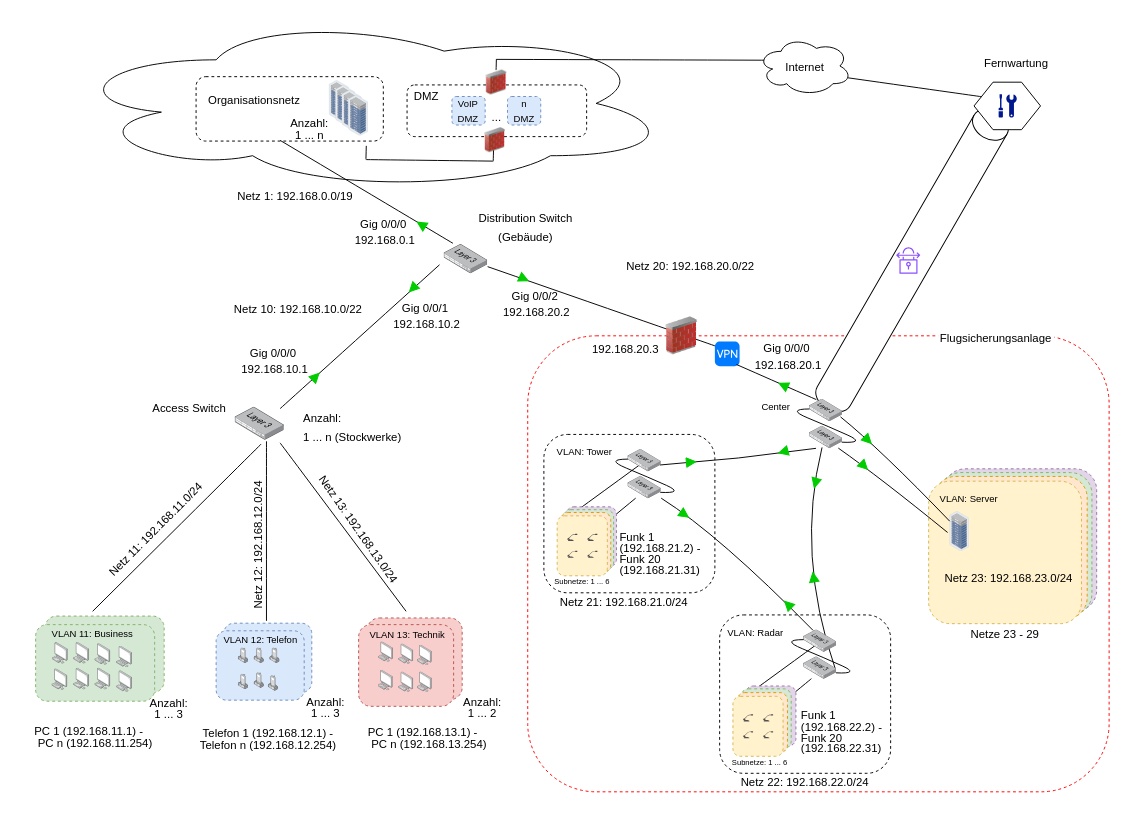
This is Logische Netzwerktopologie.drawio from meetSeb/Computer-Network, a draw.io file, before an edit. Source tidied: cells renumbered, new cells numbered last; positions are measured from the earlier drawing's top-left corner, leaving out a move shared by most shapes. Both pictures are drawn from the tidied source at 95%, with x=0, y=0 at pixel (16, 16).
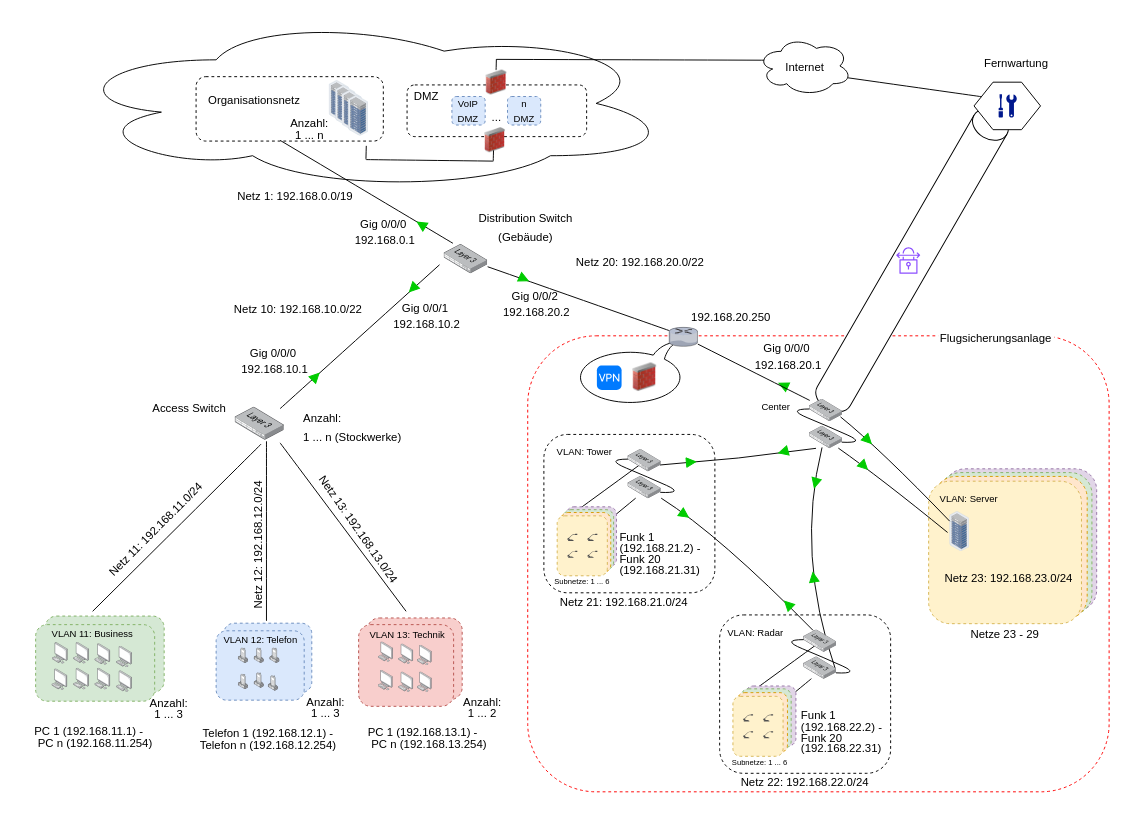
Above is the later version.

The change refers to these unchanged cells:
```xml
<mxCell id="56" style="image;points=[];html=1;align=center;shadow=0;dashed=0;image=img/lib/allied_telesis/switch/Switch_52_port_L3.svg;" parent="55" vertex="1">
  <mxGeometry y="47" width="45.8" height="31" as="geometry" />
</mxCell>
<mxCell id="100" style="image;points=[];html=1;align=center;shadow=0;dashed=0;image=img/lib/allied_telesis/switch/Switch_52_port_L3.svg;" parent="99" vertex="1">
  <mxGeometry width="35" height="23.7" as="geometry" />
</mxCell>
```

The edit, as a diff of the source:
```diff
@@
+    <mxCell id="185" style="whiteSpace=wrap;html=1;shape=mxgraph.basic.oval_callout;rotation=-180;" parent="1" vertex="1">
+      <mxGeometry x="586.9" y="342.6" width="116.9" height="66.7" as="geometry" />
+    </mxCell>
@@
     <mxCell id="57" style="group;" parent="1" vertex="1">
-      <mxGeometry x="100" y="21" width="779" height="234.9" as="geometry" />
+      <mxGeometry x="100" y="21" width="779" height="249.2" as="geometry" />
     </mxCell>
@@
+    <mxCell id="121" value="&lt;p style=&quot;line-height: 60%;&quot;&gt;&lt;font style=&quot;font-size: 12px;&quot;&gt;Netz 20: 192.168.20.0/22&lt;/font&gt;&lt;/p&gt;" style="text;strokeColor=none;fillColor=none;html=1;align=center;verticalAlign=middle;whiteSpace=wrap;rounded=0;fontSize=16;rotation=0;" parent="57" vertex="1">
+      <mxGeometry x="480" y="225.1" width="153.3" height="24.1" as="geometry" />
+    </mxCell>
@@
-    <mxCell id="86" style="endArrow=none;html=1;rounded=0;fontSize=12;startSize=8;endSize=8;curved=1;exitX=0.01;exitY=0.175;exitDx=0;exitDy=0;exitPerimeter=0;" parent="1" edge="1" source="95" target="56">
+    <mxCell id="86" style="endArrow=none;html=1;rounded=0;fontSize=12;startSize=8;endSize=8;curved=1;exitX=0.01;exitY=0.175;exitDx=0;exitDy=0;exitPerimeter=0;" parent="1" edge="1" source="187" target="56">
       <mxGeometry relative="1" as="geometry" />
     </mxCell>
@@
     <mxCell id="95" style="html=1;strokeWidth=1;shadow=0;dashed=0;shape=mxgraph.ios7.misc.vpn;fillColor=#007AFF;strokeColor=none;buttonText=;strokeColor2=#222222;fontColor=#222222;fontSize=8;verticalLabelPosition=bottom;verticalAlign=top;align=center;sketch=0;" parent="1" vertex="1">
-      <mxGeometry x="735" y="342.1" width="26" height="25.8" as="geometry" />
+      <mxGeometry x="610.8" y="367.2" width="26" height="25.8" as="geometry" />
     </mxCell>
@@
-    <mxCell id="103" style="endArrow=none;html=1;rounded=0;fontSize=12;startSize=8;endSize=8;curved=1;entryX=0.874;entryY=0.933;entryDx=0;entryDy=0;exitX=0.208;exitY=0.018;exitDx=0;exitDy=0;exitPerimeter=0;entryPerimeter=0;" parent="1" edge="1" source="100" target="95">
-      <mxGeometry relative="1" as="geometry" />
-    </mxCell>
@@
-    <mxCell id="112" style="image;html=1;image=img/lib/clip_art/networking/Firewall_02_128x128.png;" parent="1" vertex="1">
-      <mxGeometry x="680" y="316" width="40" height="40" as="geometry" />
-    </mxCell>
@@
-    <mxCell id="121" value="&lt;p style=&quot;line-height: 60%;&quot;&gt;&lt;font style=&quot;font-size: 12px;&quot;&gt;Netz 20: 192.168.20.0/22&lt;/font&gt;&lt;/p&gt;" style="text;strokeColor=none;fillColor=none;html=1;align=center;verticalAlign=middle;whiteSpace=wrap;rounded=0;fontSize=16;rotation=0;" parent="1" vertex="1">
-      <mxGeometry x="633.4" y="250.1" width="153.3" height="24.1" as="geometry" />
-    </mxCell>
@@
-    <mxCell id="184" value="&lt;p style=&quot;line-height: 0%;&quot;&gt;&lt;font style=&quot;font-size: 12px;&quot;&gt;&amp;nbsp;&lt;/font&gt;&lt;span style=&quot;font-size: 12px;&quot;&gt;192.168.20.3&lt;/span&gt;&lt;/p&gt;" style="text;strokeColor=none;fillColor=none;html=1;align=center;verticalAlign=middle;whiteSpace=wrap;rounded=0;fontSize=16;rotation=0;" parent="1" vertex="1">
-      <mxGeometry x="592" y="332.9" width="94.9" height="35" as="geometry" />
+    <mxCell id="184" value="&lt;p style=&quot;line-height: 0%;&quot;&gt;&lt;font style=&quot;font-size: 12px;&quot;&gt;&amp;nbsp;&lt;/font&gt;&lt;span style=&quot;font-size: 12px;&quot;&gt;192.168.20.250&lt;/span&gt;&lt;/p&gt;" style="text;strokeColor=none;fillColor=none;html=1;align=center;verticalAlign=middle;whiteSpace=wrap;rounded=0;fontSize=16;rotation=0;" parent="1" vertex="1">
+      <mxGeometry x="703.1" y="298.9" width="94.9" height="35" as="geometry" />
     </mxCell>
+    <mxCell id="186" style="endArrow=none;html=1;rounded=0;fontSize=12;startSize=8;endSize=8;curved=1;exitX=0.013;exitY=0.057;exitDx=0;exitDy=0;exitPerimeter=0;" parent="1" edge="1" source="100" target="187">
+      <mxGeometry relative="1" as="geometry" />
+    </mxCell>
+    <mxCell id="187" style="verticalLabelPosition=bottom;sketch=0;html=1;verticalAlign=top;strokeColor=none;align=center;outlineConnect=0;shape=mxgraph.citrix.router;" parent="1" vertex="1">
+      <mxGeometry x="686.9" y="327.1" width="30.1" height="20" as="geometry" />
+    </mxCell>
+    <mxCell id="112" style="image;html=1;image=img/lib/clip_art/networking/Firewall_02_128x128.png;" parent="1" vertex="1">
+      <mxGeometry x="646.1" y="364.6" width="30" height="30" as="geometry" />
+    </mxCell>
```
